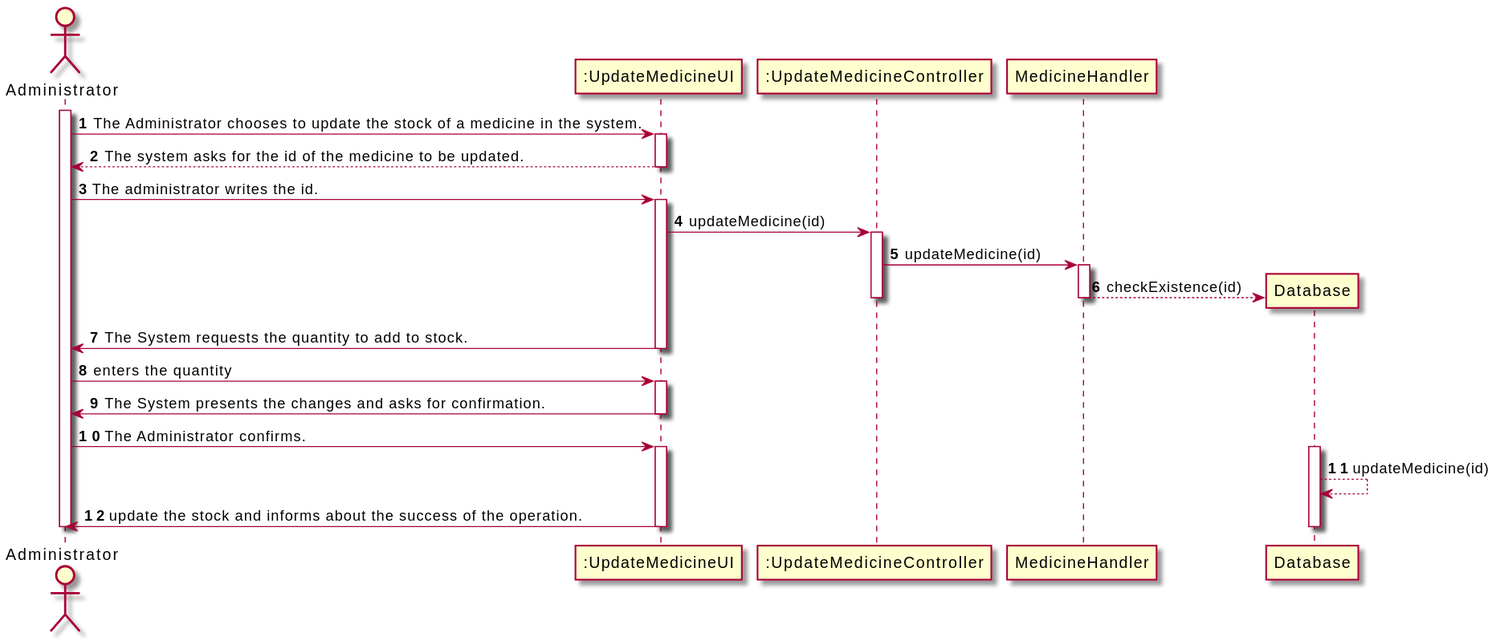
The PlantUML diagram Documents/UC8/UC8_SD.svg in 1190452/LAPR3, before a commit. Its diagram source:
```plantuml
@startuml
autonumber
actor "Administrator" as ADM

participant ":UpdateMedicineUI" as UI
participant ":UpdateMedicineController" as CTRL
participant "MedicineHandler" as PHARM
participant "Database" as DAT


activate ADM
ADM -> UI : The Administrator chooses to update the stock of a medicine in the system.
activate UI

UI --> ADM : The system asks for the id of the medicine to be updated.

deactivate UI

ADM -> UI : The administrator writes the id.
activate UI

UI -> CTRL : updateMedicine(id)
activate CTRL

CTRL -> PHARM :updateMedicine(id)
activate PHARM

PHARM --> DAT ** : checkExistence(id)
deactivate PHARM

deactivate CTRL

UI -> ADM : The System requests the quantity to add to stock.
deactivate UI

ADM -> UI : enters the quantity

activate UI

UI -> ADM : The System presents the changes and asks for confirmation.
deactivate UI


ADM -> UI : The Administrator confirms.
activate UI

activate DAT
DAT --> DAT : updateMedicine(id)


UI -> ADM : update the stock and informs about the success of the operation.

deactivate DAT
deactivate UI
deactivate ADM
@enduml
```
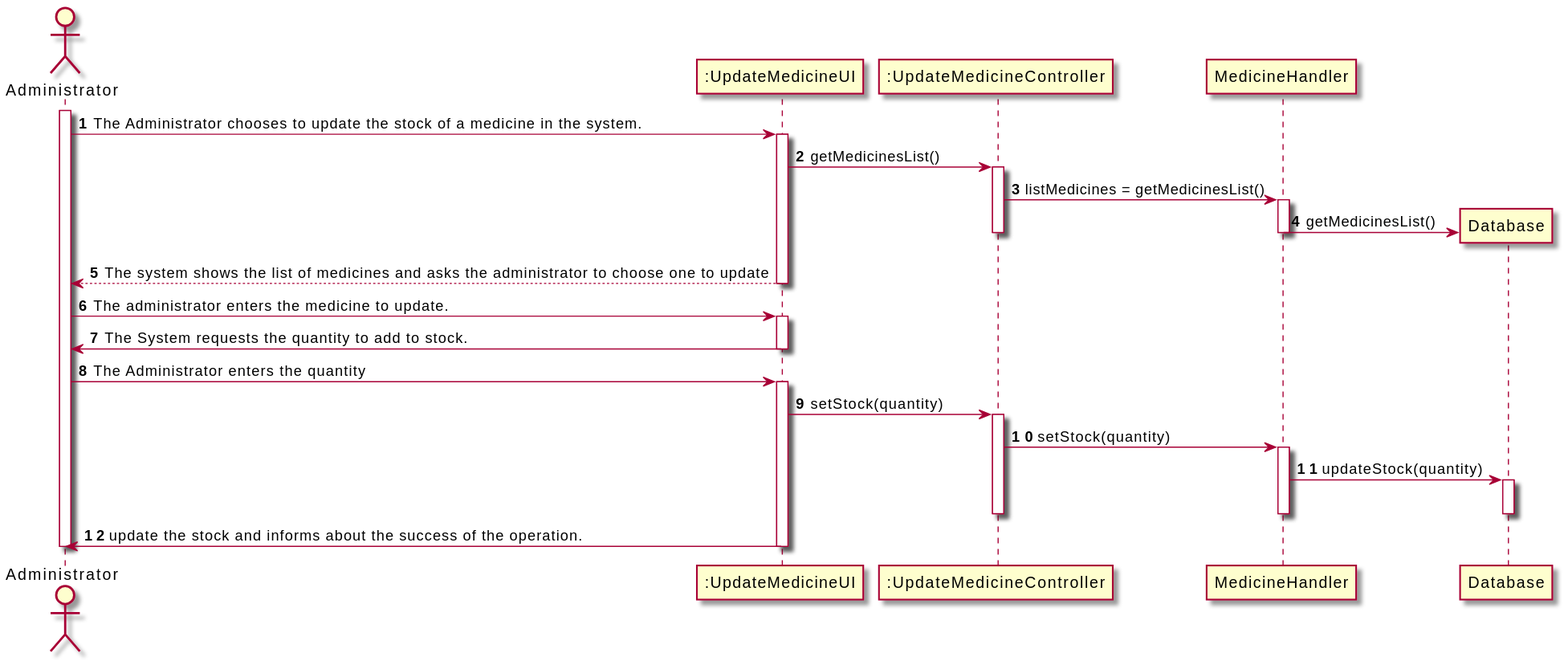
After the commit.

Commit message:
AUCMN1-205 #close #comment changes to the SD and CD diagrams

Diff of the diagram source:
```diff
@@ -4,7 +4,7 @@
 
 participant ":UpdateMedicineUI" as UI
 participant ":UpdateMedicineController" as CTRL
-participant "MedicineHandler" as PHARM
+participant "MedicineHandler" as HANDLER
 participant "Database" as DAT
 
 
@@ -12,45 +12,48 @@
 ADM -> UI : The Administrator chooses to update the stock of a medicine in the system.
 activate UI
 
-UI --> ADM : The system asks for the id of the medicine to be updated.
+UI -> CTRL : getMedicinesList()
+activate CTRL
+
+CTRL -> HANDLER : listMedicines = getMedicinesList()
+
+activate HANDLER
+
+HANDLER -> DAT ** : getMedicinesList()
+deactivate CTRL
+deactivate HANDLER
+
+UI --> ADM : The system shows the list of medicines and asks the administrator to choose one to update
 
 deactivate UI
 
-ADM -> UI : The administrator writes the id.
+ADM -> UI : The administrator enters the medicine to update.
 activate UI
 
-UI -> CTRL : updateMedicine(id)
-activate CTRL
-
-CTRL -> PHARM :updateMedicine(id)
-activate PHARM
-
-PHARM --> DAT ** : checkExistence(id)
-deactivate PHARM
-
-deactivate CTRL
 
 UI -> ADM : The System requests the quantity to add to stock.
 deactivate UI
 
-ADM -> UI : enters the quantity
+ADM -> UI : The Administrator enters the quantity
 
 activate UI
 
-UI -> ADM : The System presents the changes and asks for confirmation.
-deactivate UI
+UI -> CTRL : setStock(quantity)
+activate CTRL
 
+CTRL -> HANDLER : setStock(quantity)
+activate HANDLER
 
-ADM -> UI : The Administrator confirms.
-activate UI
+HANDLER -> DAT : updateStock(quantity)
+activate DAT
 
-activate DAT
-DAT --> DAT : updateMedicine(id)
+deactivate CTRL
+deactivate HANDLER
+deactivate DAT
 
 
 UI -> ADM : update the stock and informs about the success of the operation.
 
-deactivate DAT
 deactivate UI
 deactivate ADM
 @enduml
```
